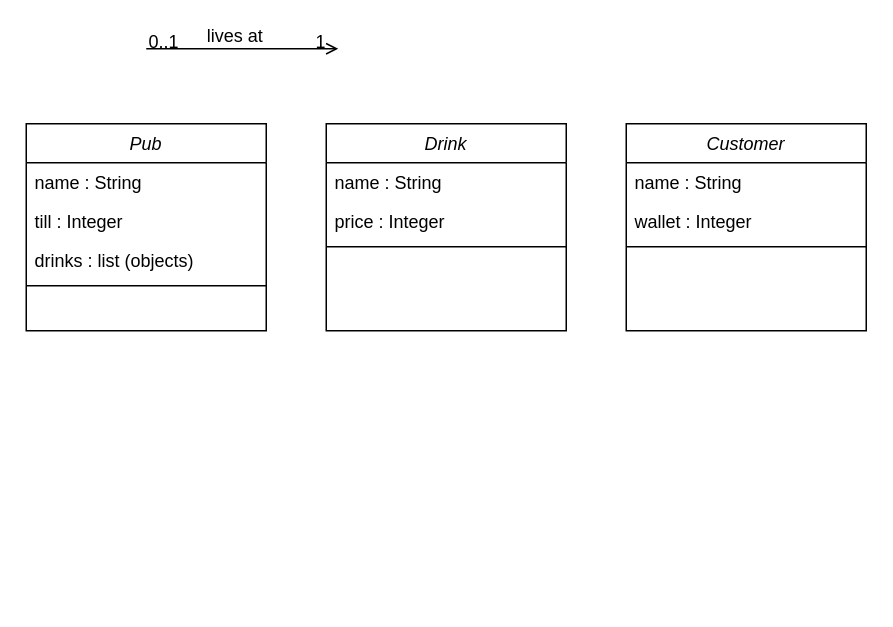
Above: ClassDiagram.drawio in Michalju/week2_day3_PubLab (draw.io), before the change. Source tidied: cells renumbered, new cells numbered last; positions are measured from the earlier drawing's top-left corner, leaving out a move shared by most shapes. Both pictures are drawn from the tidied source at 150%, with x=0, y=0 at pixel (26, 48).
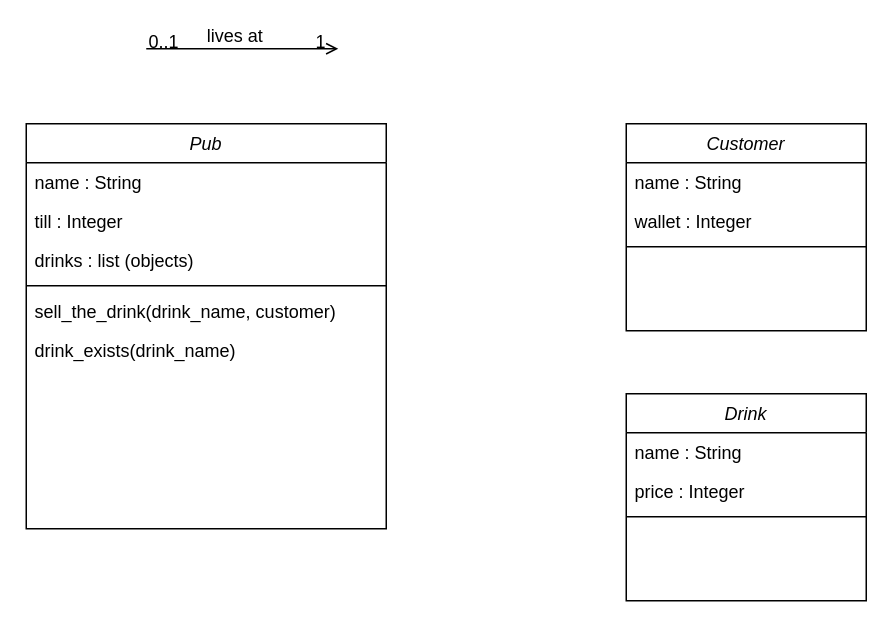
Above is the later version.

Commit message (it also covers changes not shown here):
added sell the drinks

Diff of the diagram source:
```diff
@@
     <mxCell id="2" value="Pub" style="swimlane;fontStyle=2;align=center;verticalAlign=top;horizontal=1;startSize=26;rounded=0;shadow=0;strokeWidth=1;" parent="1" vertex="1">
-      <mxGeometry y="50" width="160" height="138" as="geometry" />
+      <mxGeometry y="50" width="240" height="270" as="geometry" />
     </mxCell>
     <mxCell id="3" value="name : String" style="text;align=left;verticalAlign=top;spacingLeft=4;spacingRight=4;overflow=hidden;" parent="2" vertex="1">
-      <mxGeometry y="26" width="160" height="26" as="geometry" />
+      <mxGeometry y="26" width="240" height="26" as="geometry" />
     </mxCell>
     <mxCell id="4" value="till : Integer" style="text;align=left;verticalAlign=top;spacingLeft=4;spacingRight=4;overflow=hidden;rounded=0;shadow=0;html=0;" parent="2" vertex="1">
-      <mxGeometry y="52" width="160" height="26" as="geometry" />
+      <mxGeometry y="52" width="240" height="26" as="geometry" />
     </mxCell>
     <mxCell id="5" value="drinks : list (objects) " style="text;align=left;verticalAlign=top;spacingLeft=4;spacingRight=4;overflow=hidden;rounded=0;shadow=0;html=0;" parent="2" vertex="1">
-      <mxGeometry y="78" width="160" height="26" as="geometry" />
+      <mxGeometry y="78" width="240" height="26" as="geometry" />
     </mxCell>
     <mxCell id="6" style="line;html=1;strokeWidth=1;align=left;verticalAlign=middle;spacingTop=-1;spacingLeft=3;spacingRight=3;labelPosition=right;" parent="2" vertex="1">
-      <mxGeometry y="104" width="160" height="8" as="geometry" />
+      <mxGeometry y="104" width="240" height="8" as="geometry" />
     </mxCell>
-    <mxCell id="7" value=" " style="text;align=left;verticalAlign=top;spacingLeft=4;spacingRight=4;overflow=hidden;" parent="2" vertex="1">
-      <mxGeometry y="112" width="160" height="26" as="geometry" />
+    <mxCell id="7" value="sell_the_drink(drink_name, customer) &#10;" style="text;align=left;verticalAlign=top;spacingLeft=4;spacingRight=4;overflow=hidden;" parent="2" vertex="1">
+      <mxGeometry y="112" width="240" height="26" as="geometry" />
     </mxCell>
+    <mxCell id="22" value="drink_exists(drink_name) &#10;" style="text;align=left;verticalAlign=top;spacingLeft=4;spacingRight=4;overflow=hidden;" parent="2" vertex="1">
+      <mxGeometry y="138" width="240" height="26" as="geometry" />
+    </mxCell>
@@
     <mxCell id="12" value="Drink" style="swimlane;fontStyle=2;align=center;verticalAlign=top;horizontal=1;startSize=26;rounded=0;shadow=0;strokeWidth=1;" parent="1" vertex="1">
-      <mxGeometry x="200" y="50" width="160" height="138" as="geometry" />
+      <mxGeometry x="400" y="230" width="160" height="138" as="geometry" />
     </mxCell>
```
